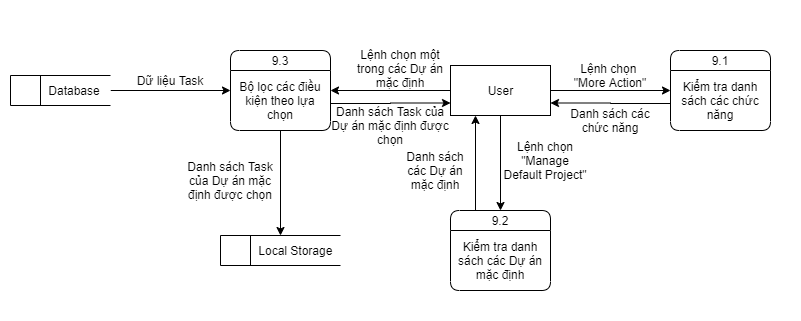
Earlier version of the draw.io export ToDoApp-Doc/Document/Diagram/DFD/DefaultProjectManagement/DFD_TODO_DefaultProjectManagement.png (Merevoli-DatLuu/To-Do-App). Source tidied: cells renumbered, new cells last; positions are measured from the earlier drawing's top-left corner, leaving out a move shared by most shapes.
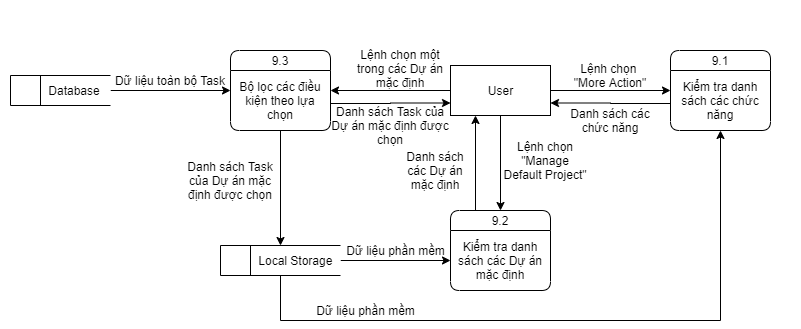
The same diagram one commit later.

Commit message:
[Modified]: DefaultProjectManagement DFD

Diff of the diagram source:
```diff
@@ -71,14 +71,25 @@
     <mxCell id="22" value="&amp;nbsp; &amp;nbsp; &amp;nbsp; &amp;nbsp; &amp;nbsp; Database" style="html=1;dashed=0;whitespace=wrap;shape=mxgraph.dfd.dataStoreID;align=left;spacingLeft=3;points=[[0,0],[0.5,0],[1,0],[0,0.5],[1,0.5],[0,1],[0.5,1],[1,1]];rounded=1;" parent="1" vertex="1">
       <mxGeometry x="10" y="75" width="100" height="30" as="geometry" />
     </mxCell>
-    <mxCell id="23" value="Dữ liệu Task" style="text;html=1;strokeColor=none;fillColor=none;align=center;verticalAlign=middle;whiteSpace=wrap;rounded=0;" parent="1" vertex="1">
+    <mxCell id="23" value="Dữ liệu toàn bộ Task" style="text;html=1;strokeColor=none;fillColor=none;align=center;verticalAlign=middle;whiteSpace=wrap;rounded=0;" parent="1" vertex="1">
       <mxGeometry x="110" y="70" width="120" height="20" as="geometry" />
     </mxCell>
     <mxCell id="24" value="Danh sách Task của Dự án mặc định được chọn" style="text;html=1;strokeColor=none;fillColor=none;align=center;verticalAlign=middle;whiteSpace=wrap;rounded=0;" parent="1" vertex="1">
       <mxGeometry x="330" y="115" width="120" height="20" as="geometry" />
     </mxCell>
+    <mxCell id="28" style="edgeStyle=orthogonalEdgeStyle;rounded=0;jettySize=auto;html=1;entryX=0;entryY=0.5;entryDx=0;entryDy=0;" parent="1" edge="1" source="25" target="13">
+      <mxGeometry relative="1" as="geometry" />
+    </mxCell>
+    <mxCell id="29" style="edgeStyle=orthogonalEdgeStyle;rounded=0;jettySize=auto;html=1;entryX=0.5;entryY=1;entryDx=0;entryDy=0;" parent="1" edge="1" source="25" target="9">
+      <mxGeometry relative="1" as="geometry">
+        <Array as="points">
+          <mxPoint x="280" y="320" />
+          <mxPoint x="720" y="320" />
+        </Array>
+      </mxGeometry>
+    </mxCell>
     <mxCell id="25" value="&amp;nbsp; &amp;nbsp; &amp;nbsp; &amp;nbsp; &amp;nbsp; Local Storage" style="html=1;dashed=0;whitespace=wrap;shape=mxgraph.dfd.dataStoreID;align=left;spacingLeft=3;points=[[0,0],[0.5,0],[1,0],[0,0.5],[1,0.5],[0,1],[0.5,1],[1,1]];rounded=1;" parent="1" vertex="1">
-      <mxGeometry x="220" y="235" width="120" height="30" as="geometry" />
+      <mxGeometry x="220" y="245" width="120" height="30" as="geometry" />
     </mxCell>
     <mxCell id="26" style="edgeStyle=orthogonalEdgeStyle;rounded=0;jettySize=auto;html=1;entryX=0.5;entryY=0;entryDx=0;entryDy=0;" parent="1" edge="1" source="19" target="25">
       <mxGeometry relative="1" as="geometry" />
@@ -86,5 +97,11 @@
     <mxCell id="27" value="Danh sách Task&lt;br&gt;của Dự án mặc&lt;br&gt;định được chọn" style="text;html=1;strokeColor=none;fillColor=none;align=center;verticalAlign=middle;whiteSpace=wrap;rounded=0;" parent="1" vertex="1">
       <mxGeometry x="170" y="170" width="120" height="20" as="geometry" />
     </mxCell>
+    <mxCell id="30" value="Dữ liệu phần mềm" style="text;html=1;align=center;verticalAlign=middle;" parent="1" vertex="1">
+      <mxGeometry x="340" y="240" width="110" height="20" as="geometry" />
+    </mxCell>
+    <mxCell id="31" value="Dữ liệu phần mềm" style="text;html=1;align=center;verticalAlign=middle;" parent="1" vertex="1">
+      <mxGeometry x="310" y="300" width="110" height="20" as="geometry" />
+    </mxCell>
   </root>
 </mxGraphModel>
```
